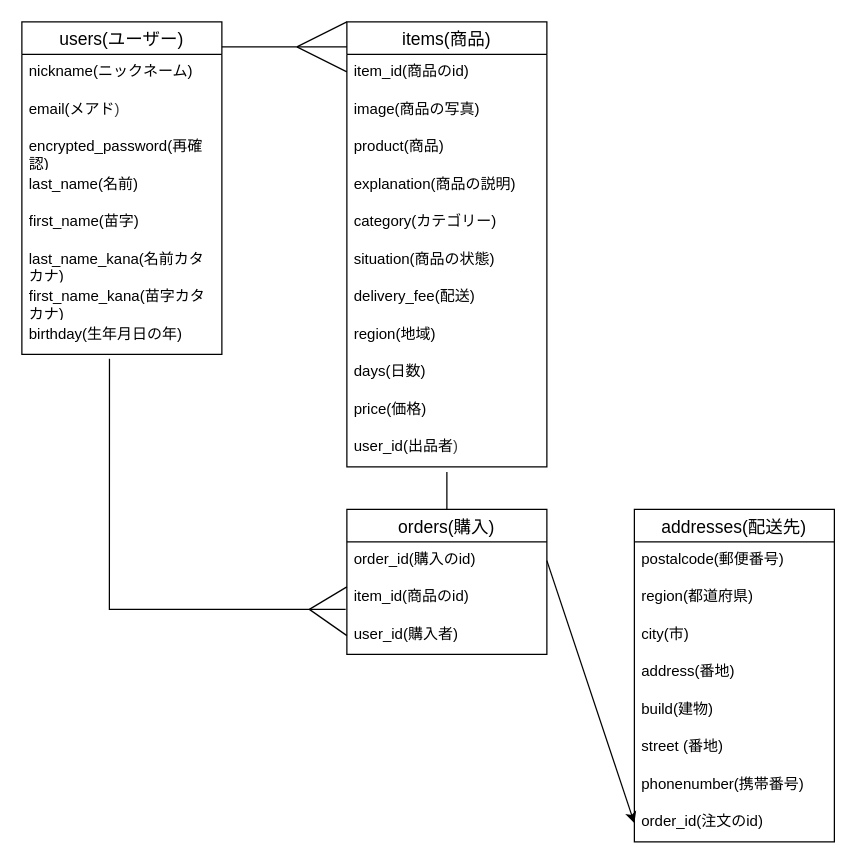
Earlier version of the draw.io diagram test.dio (naa4263/furima-46714). Source tidied: cells renumbered, new cells numbered last; positions are measured from the earlier drawing's top-left corner, leaving out a move shared by most shapes. Both pictures are drawn from the tidied source at 125%, with x=0, y=0 at pixel (21, 21).
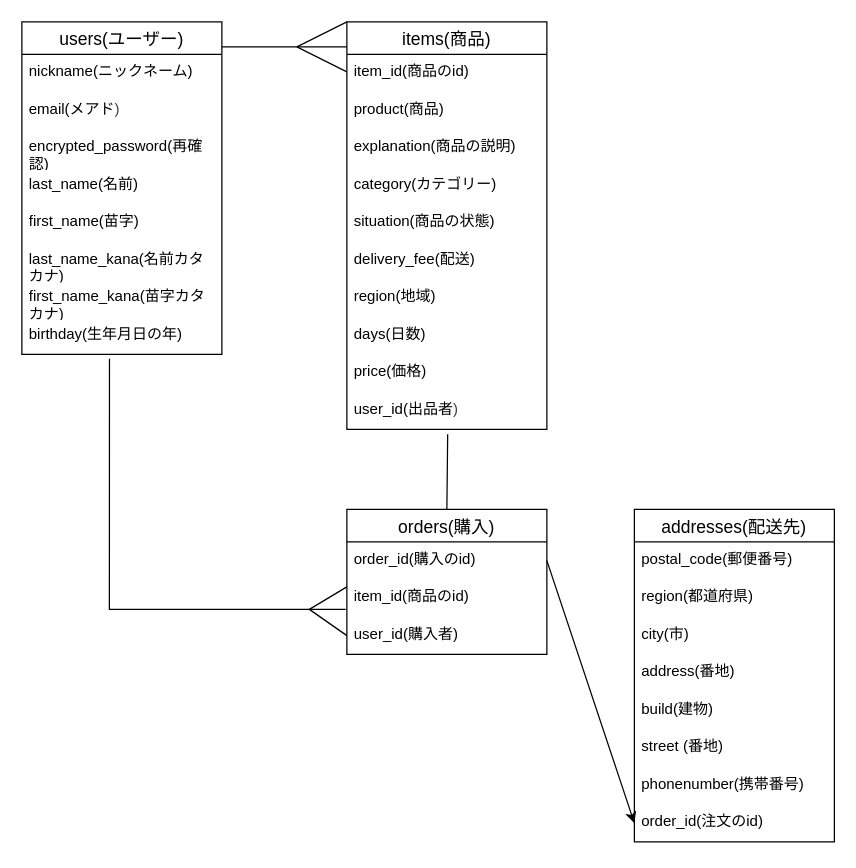
The same page after the edit.

Unchanged cells that the change refers to:
```xml
<mxCell id="23" value="orders(購入)" style="swimlane;fontStyle=0;horizontal=1;startSize=26;align=center;fontSize=14;" parent="1" vertex="1">
  <mxGeometry x="260" y="390" width="160" height="116" as="geometry" />
</mxCell>
<mxCell id="27" value="addresses(配送先)" style="swimlane;fontStyle=0;horizontal=1;startSize=26;align=center;fontSize=14;" parent="1" vertex="1">
  <mxGeometry x="490" y="390" width="160" height="266" as="geometry" />
</mxCell>
```

The edit, as a diff of the source:
```diff
@@
     <mxCell id="11" value="items(商品)" style="swimlane;fontStyle=0;horizontal=1;startSize=26;align=center;fontSize=14;" parent="1" vertex="1">
-      <mxGeometry x="260" width="160" height="356" as="geometry" />
+      <mxGeometry x="260" width="160" height="326" as="geometry" />
     </mxCell>
@@
-    <mxCell id="13" value="image(商品の写真)" style="text;strokeColor=none;fillColor=none;spacingLeft=4;spacingRight=4;overflow=hidden;fontSize=12;whiteSpace=wrap;html=1;" parent="11" vertex="1">
-      <mxGeometry y="56" width="160" height="30" as="geometry" />
-    </mxCell>
     <mxCell id="14" value="product(商品)" style="text;strokeColor=none;fillColor=none;spacingLeft=4;spacingRight=4;overflow=hidden;fontSize=12;whiteSpace=wrap;html=1;" parent="11" vertex="1">
-      <mxGeometry y="86" width="160" height="30" as="geometry" />
+      <mxGeometry y="56" width="160" height="30" as="geometry" />
     </mxCell>
     <mxCell id="15" value="&lt;span style=&quot;color: rgb(0, 0, 0);&quot;&gt;explanation(商品の説明)&lt;/span&gt;" style="text;strokeColor=none;fillColor=none;spacingLeft=4;spacingRight=4;overflow=hidden;fontSize=12;whiteSpace=wrap;html=1;" parent="11" vertex="1">
-      <mxGeometry y="116" width="160" height="30" as="geometry" />
+      <mxGeometry y="86" width="160" height="30" as="geometry" />
     </mxCell>
     <mxCell id="16" value="category(カテゴリー)" style="text;strokeColor=none;fillColor=none;spacingLeft=4;spacingRight=4;overflow=hidden;fontSize=12;whiteSpace=wrap;html=1;" parent="11" vertex="1">
-      <mxGeometry y="146" width="160" height="30" as="geometry" />
+      <mxGeometry y="116" width="160" height="30" as="geometry" />
     </mxCell>
     <mxCell id="17" value="&lt;span style=&quot;color: rgb(0, 0, 0);&quot;&gt;situation(商品の状態)&lt;/span&gt;" style="text;strokeColor=none;fillColor=none;spacingLeft=4;spacingRight=4;overflow=hidden;fontSize=12;whiteSpace=wrap;html=1;" parent="11" vertex="1">
-      <mxGeometry y="176" width="160" height="30" as="geometry" />
+      <mxGeometry y="146" width="160" height="30" as="geometry" />
     </mxCell>
     <mxCell id="18" value="&lt;span style=&quot;color: rgb(0, 0, 0);&quot;&gt;delivery_fee(配送)&lt;/span&gt;" style="text;strokeColor=none;fillColor=none;spacingLeft=4;spacingRight=4;overflow=hidden;fontSize=12;whiteSpace=wrap;html=1;" parent="11" vertex="1">
-      <mxGeometry y="206" width="160" height="30" as="geometry" />
+      <mxGeometry y="176" width="160" height="30" as="geometry" />
     </mxCell>
     <mxCell id="19" value="&lt;span style=&quot;color: rgb(0, 0, 0);&quot;&gt;region(地域)&lt;/span&gt;" style="text;strokeColor=none;fillColor=none;spacingLeft=4;spacingRight=4;overflow=hidden;fontSize=12;whiteSpace=wrap;html=1;" parent="11" vertex="1">
-      <mxGeometry y="236" width="160" height="30" as="geometry" />
+      <mxGeometry y="206" width="160" height="30" as="geometry" />
     </mxCell>
     <mxCell id="20" value="&lt;span style=&quot;color: rgb(0, 0, 0);&quot;&gt;days(日数)&lt;/span&gt;" style="text;strokeColor=none;fillColor=none;spacingLeft=4;spacingRight=4;overflow=hidden;fontSize=12;whiteSpace=wrap;html=1;" parent="11" vertex="1">
-      <mxGeometry y="266" width="160" height="30" as="geometry" />
+      <mxGeometry y="236" width="160" height="30" as="geometry" />
     </mxCell>
     <mxCell id="21" value="&lt;span style=&quot;color: rgb(0, 0, 0);&quot;&gt;price(価格)&lt;/span&gt;" style="text;strokeColor=none;fillColor=none;spacingLeft=4;spacingRight=4;overflow=hidden;fontSize=12;whiteSpace=wrap;html=1;" parent="11" vertex="1">
-      <mxGeometry y="296" width="160" height="30" as="geometry" />
+      <mxGeometry y="266" width="160" height="30" as="geometry" />
     </mxCell>
     <mxCell id="22" value="user_id(出品者&lt;span style=&quot;color: rgb(63, 63, 63); background-color: transparent;&quot;&gt;)&lt;/span&gt;" style="text;strokeColor=none;fillColor=none;spacingLeft=4;spacingRight=4;overflow=hidden;points=[[0,0.5],[1,0.5]];portConstraint=eastwest;fontSize=12;whiteSpace=wrap;html=1;" parent="11" vertex="1">
-      <mxGeometry y="326" width="160" height="30" as="geometry" />
+      <mxGeometry y="296" width="160" height="30" as="geometry" />
     </mxCell>
@@
-    <mxCell id="28" value="&lt;span style=&quot;color: rgb(0, 0, 0);&quot;&gt;postalcode(郵便番号)&lt;/span&gt;" style="text;strokeColor=none;fillColor=none;spacingLeft=4;spacingRight=4;overflow=hidden;fontSize=12;whiteSpace=wrap;html=1;" parent="27" vertex="1">
+    <mxCell id="28" value="&lt;span style=&quot;color: rgb(0, 0, 0);&quot;&gt;postal_code(郵便番号)&lt;/span&gt;" style="text;strokeColor=none;fillColor=none;spacingLeft=4;spacingRight=4;overflow=hidden;fontSize=12;whiteSpace=wrap;html=1;" parent="27" vertex="1">
       <mxGeometry y="26" width="160" height="30" as="geometry" />
     </mxCell>
@@
-    <mxCell id="40" style="endArrow=none;html=1;rounded=0;exitX=0.5;exitY=0;exitDx=0;exitDy=0;" parent="1" edge="1" source="23">
-      <mxGeometry relative="1" as="geometry">
-        <mxPoint x="340" y="360" as="targetPoint" />
-      </mxGeometry>
+    <mxCell id="40" style="endArrow=none;html=1;rounded=0;exitX=0.5;exitY=0;exitDx=0;exitDy=0;entryX=0.504;entryY=1.133;entryDx=0;entryDy=0;entryPerimeter=0;" parent="1" edge="1" source="23" target="22">
+      <mxGeometry relative="1" as="geometry" />
     </mxCell>
```
